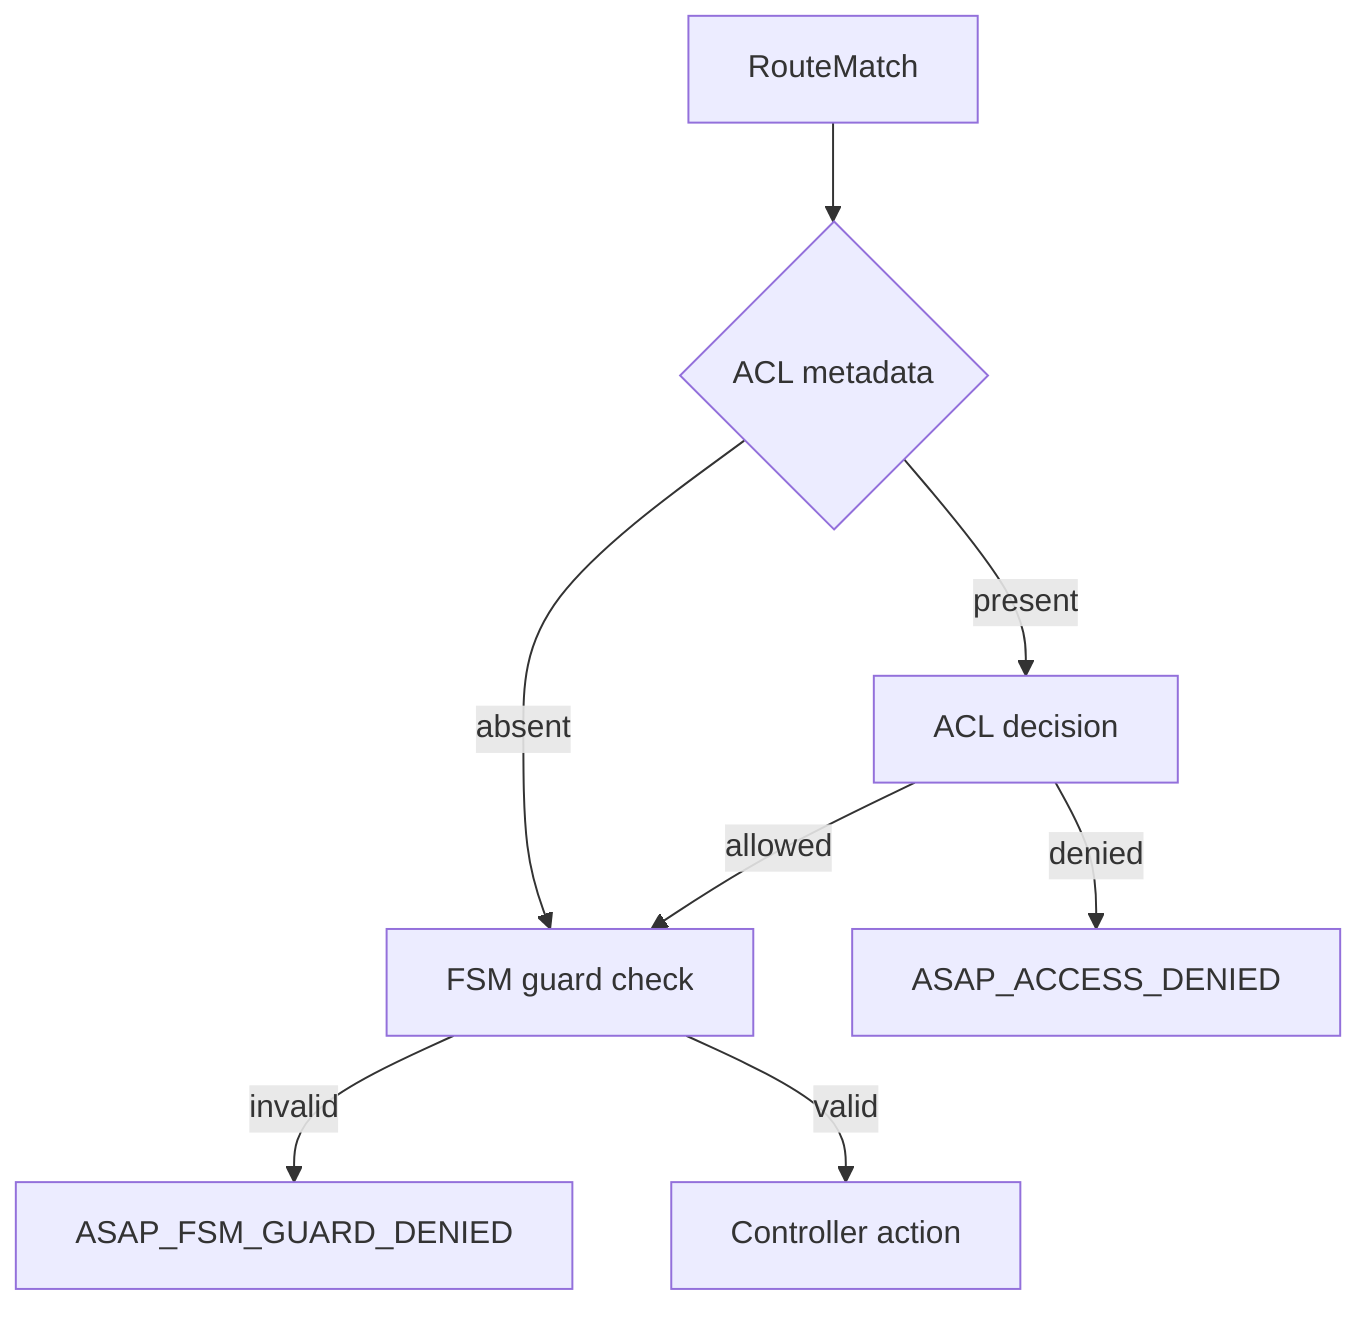
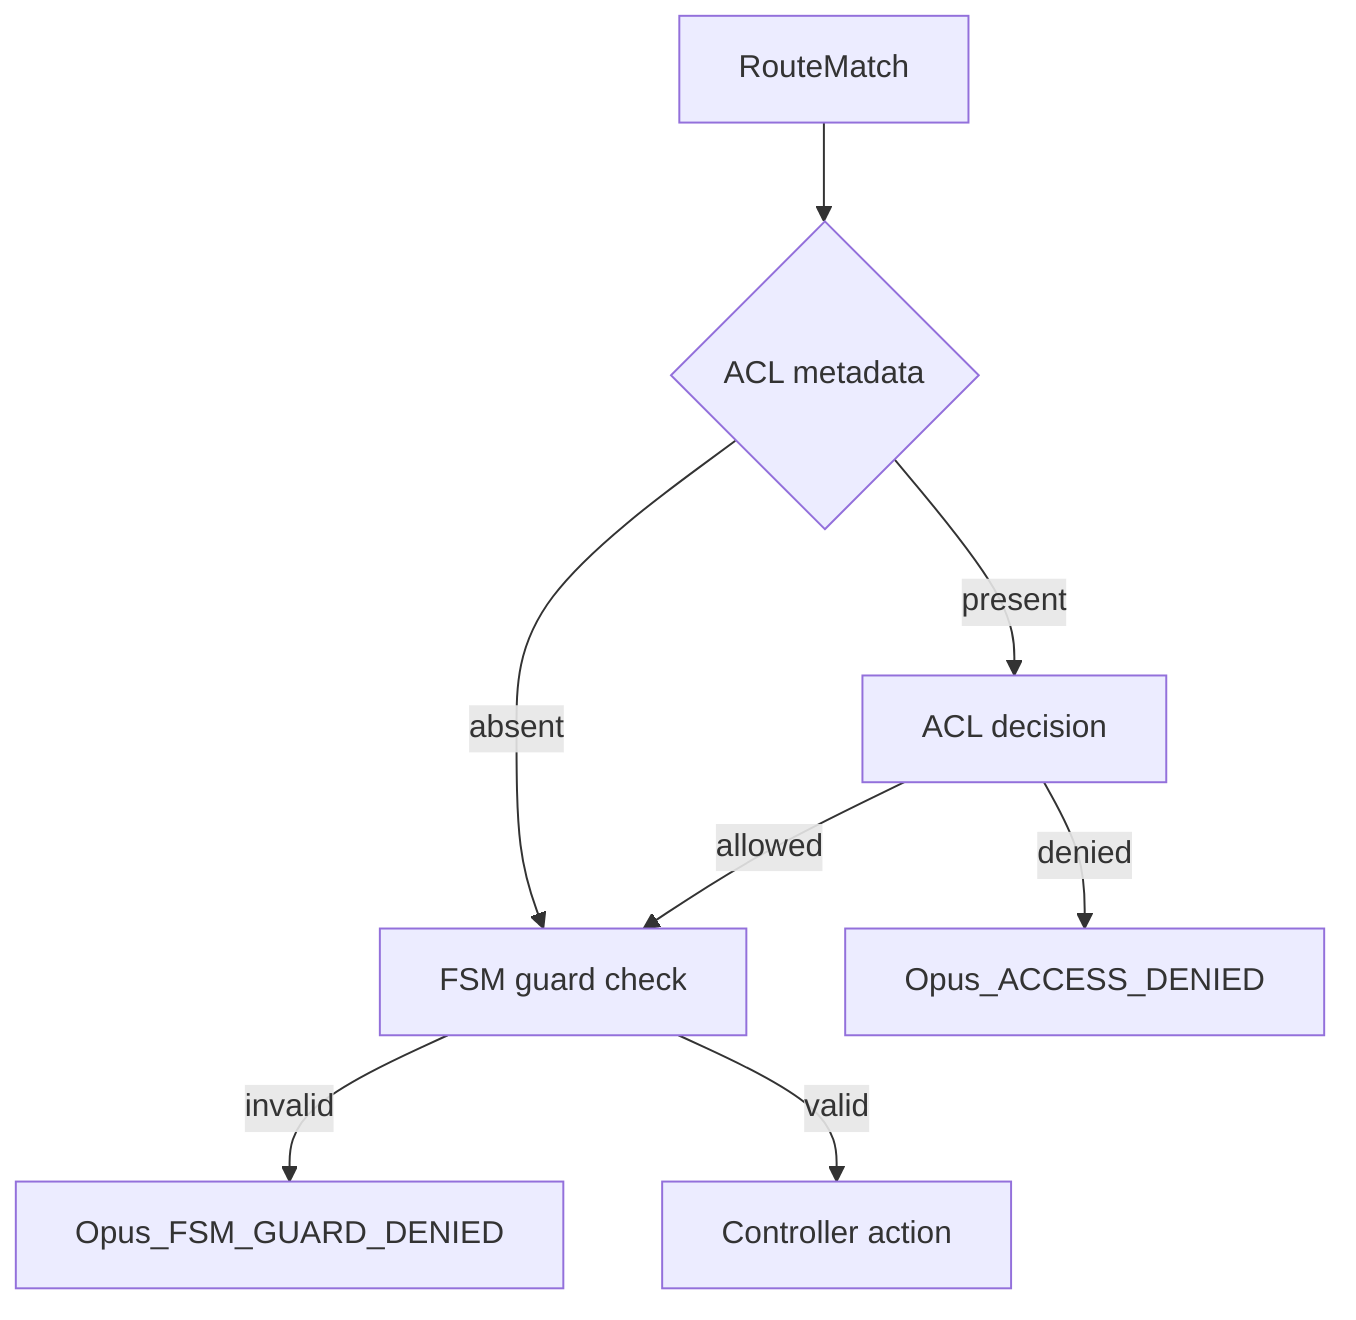
flowchart TD
    A[RouteMatch] --> B{ACL metadata}
    B -- present --> C[ACL decision]
    B -- absent --> D[FSM guard check]
-     C -- denied --> E[ASAP_ACCESS_DENIED]
+     C -- denied --> E[Opus_ACCESS_DENIED]
    C -- allowed --> D
-     D -- invalid --> F[ASAP_FSM_GUARD_DENIED]
+     D -- invalid --> F[Opus_FSM_GUARD_DENIED]
    D -- valid --> G[Controller action]
